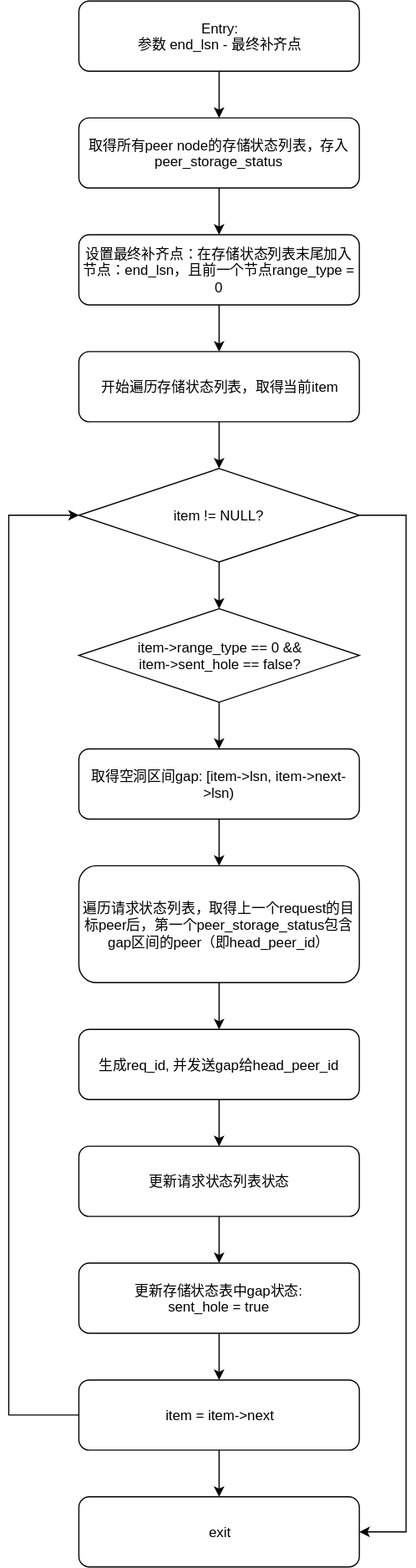
Above: attachments/1629686639906.drawio.svg in simbahebinbo/smallfat.github.io (draw.io), before the change. Source tidied: cells renumbered, new cells last; positions are measured from the earlier drawing's top-left corner, leaving out a move shared by most shapes. Source of this version:
```xml
<mxGraphModel>
  <root>
    <mxCell id="0" />
    <mxCell id="1" parent="0" />
    <mxCell id="2" style="edgeStyle=orthogonalEdgeStyle;rounded=0;jettySize=auto;html=1;" parent="1" edge="1" source="3" target="29">
      <mxGeometry relative="1" as="geometry" />
    </mxCell>
    <mxCell id="3" value="取得所有peer node的存储状态列表，存入peer_storage_status" style="rounded=1;whiteSpace=wrap;html=1;" parent="1" vertex="1">
      <mxGeometry x="60" y="100" width="240" height="60" as="geometry" />
    </mxCell>
    <mxCell id="4" style="edgeStyle=orthogonalEdgeStyle;rounded=0;jettySize=auto;html=1;" parent="1" edge="1" source="5" target="14">
      <mxGeometry relative="1" as="geometry" />
    </mxCell>
    <mxCell id="5" value="开始遍历存储状态列表，取得当前item" style="rounded=1;whiteSpace=wrap;html=1;" parent="1" vertex="1">
      <mxGeometry x="60" y="300" width="240" height="60" as="geometry" />
    </mxCell>
    <mxCell id="6" style="edgeStyle=orthogonalEdgeStyle;rounded=0;jettySize=auto;html=1;" parent="1" edge="1" source="7" target="9">
      <mxGeometry relative="1" as="geometry" />
    </mxCell>
    <mxCell id="7" value="item-&amp;gt;range_type == 0 &amp;amp;&amp;amp;&lt;br&gt;item-&amp;gt;sent_hole == false?" style="rhombus;whiteSpace=wrap;html=1;" parent="1" vertex="1">
      <mxGeometry x="60" y="520" width="240" height="80" as="geometry" />
    </mxCell>
    <mxCell id="8" style="edgeStyle=orthogonalEdgeStyle;rounded=0;jettySize=auto;html=1;" parent="1" edge="1" source="9" target="19">
      <mxGeometry relative="1" as="geometry" />
    </mxCell>
    <mxCell id="9" value="取得空洞区间gap: [item-&amp;gt;lsn, item-&amp;gt;next-&amp;gt;lsn)" style="rounded=1;whiteSpace=wrap;html=1;" parent="1" vertex="1">
      <mxGeometry x="60" y="640" width="240" height="60" as="geometry" />
    </mxCell>
    <mxCell id="10" style="edgeStyle=orthogonalEdgeStyle;rounded=0;jettySize=auto;html=1;" parent="1" edge="1" source="11" target="23">
      <mxGeometry relative="1" as="geometry" />
    </mxCell>
    <mxCell id="11" value="更新请求状态列表状态" style="rounded=1;whiteSpace=wrap;html=1;" parent="1" vertex="1">
      <mxGeometry x="60" y="980" width="240" height="60" as="geometry" />
    </mxCell>
    <mxCell id="12" style="edgeStyle=orthogonalEdgeStyle;rounded=0;jettySize=auto;html=1;" parent="1" edge="1" source="14">
      <mxGeometry relative="1" as="geometry">
        <mxPoint x="180" y="520" as="targetPoint" />
      </mxGeometry>
    </mxCell>
    <mxCell id="13" style="edgeStyle=orthogonalEdgeStyle;rounded=0;jettySize=auto;html=1;exitX=1;exitY=0.5;exitDx=0;exitDy=0;entryX=1;entryY=0.5;entryDx=0;entryDy=0;" parent="1" edge="1" source="14" target="17">
      <mxGeometry relative="1" as="geometry">
        <Array as="points">
          <mxPoint x="340" y="440" />
          <mxPoint x="340" y="1310" />
        </Array>
      </mxGeometry>
    </mxCell>
    <mxCell id="14" value="item != NULL?" style="rhombus;whiteSpace=wrap;html=1;" parent="1" vertex="1">
      <mxGeometry x="60" y="400" width="240" height="80" as="geometry" />
    </mxCell>
    <mxCell id="15" style="edgeStyle=orthogonalEdgeStyle;rounded=0;jettySize=auto;html=1;" parent="1" edge="1" source="16" target="17">
      <mxGeometry relative="1" as="geometry" />
    </mxCell>
    <mxCell id="16" value="item = item-&amp;gt;next" style="rounded=1;whiteSpace=wrap;html=1;" parent="1" vertex="1">
      <mxGeometry x="60" y="1180" width="240" height="60" as="geometry" />
    </mxCell>
    <mxCell id="17" value="exit" style="rounded=1;whiteSpace=wrap;html=1;" parent="1" vertex="1">
      <mxGeometry x="60" y="1280" width="240" height="60" as="geometry" />
    </mxCell>
    <mxCell id="18" style="edgeStyle=orthogonalEdgeStyle;rounded=0;jettySize=auto;html=1;" parent="1" edge="1" source="19" target="21">
      <mxGeometry relative="1" as="geometry" />
    </mxCell>
    <mxCell id="19" value="遍历请求状态列表，取得上一个request的目标peer后，第一个peer_storage_status包含gap区间的peer（即head_peer_id）" style="rounded=1;whiteSpace=wrap;html=1;" parent="1" vertex="1">
      <mxGeometry x="60" y="740" width="240" height="100" as="geometry" />
    </mxCell>
    <mxCell id="20" style="edgeStyle=orthogonalEdgeStyle;rounded=0;jettySize=auto;html=1;" parent="1" edge="1" source="21" target="11">
      <mxGeometry relative="1" as="geometry" />
    </mxCell>
    <mxCell id="21" value="生成req_id, 并发送gap给head_peer_id" style="rounded=1;whiteSpace=wrap;html=1;" parent="1" vertex="1">
      <mxGeometry x="60" y="880" width="240" height="60" as="geometry" />
    </mxCell>
    <mxCell id="22" style="edgeStyle=orthogonalEdgeStyle;rounded=0;jettySize=auto;html=1;" parent="1" edge="1" source="23" target="16">
      <mxGeometry relative="1" as="geometry" />
    </mxCell>
    <mxCell id="23" value="更新存储状态表中gap状态: &lt;br&gt;sent_hole = true" style="rounded=1;whiteSpace=wrap;html=1;" parent="1" vertex="1">
      <mxGeometry x="60" y="1080" width="240" height="60" as="geometry" />
    </mxCell>
    <mxCell id="24" style="edgeStyle=orthogonalEdgeStyle;rounded=0;jettySize=auto;html=1;exitX=0;exitY=0.5;exitDx=0;exitDy=0;entryX=0;entryY=0.5;entryDx=0;entryDy=0;" parent="1" edge="1" source="16" target="14">
      <mxGeometry relative="1" as="geometry">
        <Array as="points">
          <mxPoint y="1210" />
          <mxPoint y="440" />
        </Array>
      </mxGeometry>
    </mxCell>
    <mxCell id="25" style="edgeStyle=orthogonalEdgeStyle;rounded=0;jettySize=auto;html=1;" parent="1" edge="1" source="26" target="3">
      <mxGeometry relative="1" as="geometry" />
    </mxCell>
    <mxCell id="26" value="Entry: &lt;br&gt;参数 end_lsn - 最终补齐点" style="rounded=1;whiteSpace=wrap;html=1;" parent="1" vertex="1">
      <mxGeometry x="60" width="240" height="60" as="geometry" />
    </mxCell>
    <mxCell id="27" style="edgeStyle=orthogonalEdgeStyle;rounded=0;jettySize=auto;html=1;" parent="1" edge="1" target="x">
      <mxGeometry relative="1" as="geometry">
        <mxPoint x="300" y="120" as="sourcePoint" />
      </mxGeometry>
    </mxCell>
    <mxCell id="28" style="edgeStyle=orthogonalEdgeStyle;rounded=0;jettySize=auto;html=1;" parent="1" edge="1" source="29" target="5">
      <mxGeometry relative="1" as="geometry" />
    </mxCell>
    <mxCell id="29" value="设置最终补齐点：在存储状态列表末尾加入节点：end_lsn，且前一个节点range_type = 0" style="rounded=1;whiteSpace=wrap;html=1;" parent="1" vertex="1">
      <mxGeometry x="60" y="200" width="240" height="60" as="geometry" />
    </mxCell>
  </root>
</mxGraphModel>
```
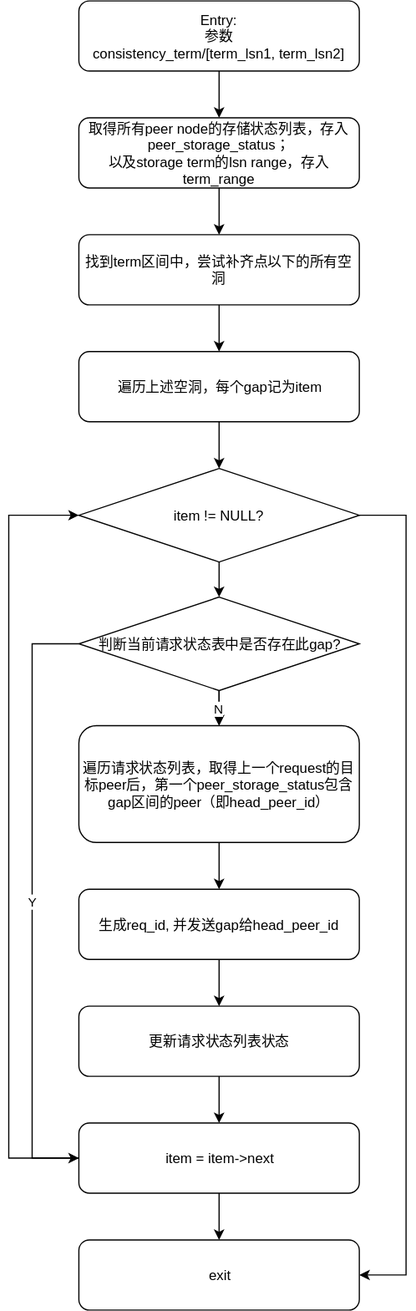
Above is the later version.

Commit message:
添加附件 : attachments/1629686639906.drawio.svg

Change to the diagram source:
```diff
@@ -2,103 +2,106 @@
   <root>
     <mxCell id="0" />
     <mxCell id="1" parent="0" />
-    <mxCell id="2" style="edgeStyle=orthogonalEdgeStyle;rounded=0;jettySize=auto;html=1;" parent="1" edge="1" source="3" target="29">
-      <mxGeometry relative="1" as="geometry" />
-    </mxCell>
+    <mxCell id="30" style="edgeStyle=orthogonalEdgeStyle;rounded=0;jettySize=auto;html=1;" parent="1" edge="1" source="3">
+      <mxGeometry relative="1" as="geometry">
+        <mxPoint x="180" y="200" as="targetPoint" />
+      </mxGeometry>
+    </mxCell>
-    <mxCell id="3" value="取得所有peer node的存储状态列表，存入peer_storage_status" style="rounded=1;whiteSpace=wrap;html=1;" parent="1" vertex="1">
+    <mxCell id="3" value="取得所有peer node的存储状态列表，存入peer_storage_status；&lt;br&gt;以及storage term的lsn range，存入term_range" style="rounded=1;whiteSpace=wrap;html=1;" parent="1" vertex="1">
       <mxGeometry x="60" y="100" width="240" height="60" as="geometry" />
     </mxCell>
-    <mxCell id="4" style="edgeStyle=orthogonalEdgeStyle;rounded=0;jettySize=auto;html=1;" parent="1" edge="1" source="5" target="14">
+    <mxCell id="4" style="edgeStyle=orthogonalEdgeStyle;rounded=0;jettySize=auto;html=1;" parent="1" edge="1" source="5" target="10">
       <mxGeometry relative="1" as="geometry" />
     </mxCell>
-    <mxCell id="5" value="开始遍历存储状态列表，取得当前item" style="rounded=1;whiteSpace=wrap;html=1;" parent="1" vertex="1">
+    <mxCell id="5" value="遍历上述空洞，每个gap记为item" style="rounded=1;whiteSpace=wrap;html=1;" parent="1" vertex="1">
       <mxGeometry x="60" y="300" width="240" height="60" as="geometry" />
     </mxCell>
-    <mxCell id="6" style="edgeStyle=orthogonalEdgeStyle;rounded=0;jettySize=auto;html=1;" parent="1" edge="1" source="7" target="9">
-      <mxGeometry relative="1" as="geometry" />
+    <mxCell id="6" style="edgeStyle=orthogonalEdgeStyle;rounded=0;jettySize=auto;html=1;" parent="1" edge="1" target="15">
+      <mxGeometry relative="1" as="geometry">
+        <mxPoint x="180" y="580" as="sourcePoint" />
+      </mxGeometry>
     </mxCell>
-    <mxCell id="7" value="item-&amp;gt;range_type == 0 &amp;amp;&amp;amp;&lt;br&gt;item-&amp;gt;sent_hole == false?" style="rhombus;whiteSpace=wrap;html=1;" parent="1" vertex="1">
-      <mxGeometry x="60" y="520" width="240" height="80" as="geometry" />
+    <mxCell id="7" value="更新请求状态列表状态" style="rounded=1;whiteSpace=wrap;html=1;" parent="1" vertex="1">
+      <mxGeometry x="60" y="860" width="240" height="60" as="geometry" />
     </mxCell>
-    <mxCell id="8" style="edgeStyle=orthogonalEdgeStyle;rounded=0;jettySize=auto;html=1;" parent="1" edge="1" source="9" target="19">
-      <mxGeometry relative="1" as="geometry" />
+    <mxCell id="8" style="edgeStyle=orthogonalEdgeStyle;rounded=0;jettySize=auto;html=1;exitX=1;exitY=0.5;exitDx=0;exitDy=0;entryX=1;entryY=0.5;entryDx=0;entryDy=0;" parent="1" edge="1" source="10" target="13">
+      <mxGeometry relative="1" as="geometry">
+        <Array as="points">
+          <mxPoint x="340" y="440" />
+          <mxPoint x="340" y="1090" />
+        </Array>
+      </mxGeometry>
     </mxCell>
-    <mxCell id="9" value="取得空洞区间gap: [item-&amp;gt;lsn, item-&amp;gt;next-&amp;gt;lsn)" style="rounded=1;whiteSpace=wrap;html=1;" parent="1" vertex="1">
-      <mxGeometry x="60" y="640" width="240" height="60" as="geometry" />
+    <mxCell id="9" style="edgeStyle=orthogonalEdgeStyle;rounded=0;jettySize=auto;html=1;" parent="1" edge="1" source="10" target="29">
+      <mxGeometry relative="1" as="geometry" />
     </mxCell>
-    <mxCell id="10" style="edgeStyle=orthogonalEdgeStyle;rounded=0;jettySize=auto;html=1;" parent="1" edge="1" source="11" target="23">
-      <mxGeometry relative="1" as="geometry" />
+    <mxCell id="10" value="item != NULL?" style="rhombus;whiteSpace=wrap;html=1;" parent="1" vertex="1">
+      <mxGeometry x="60" y="400" width="240" height="80" as="geometry" />
     </mxCell>
-    <mxCell id="11" value="更新请求状态列表状态" style="rounded=1;whiteSpace=wrap;html=1;" parent="1" vertex="1">
-      <mxGeometry x="60" y="980" width="240" height="60" as="geometry" />
+    <mxCell id="11" style="edgeStyle=orthogonalEdgeStyle;rounded=0;jettySize=auto;html=1;" parent="1" edge="1" source="12" target="13">
+      <mxGeometry relative="1" as="geometry" />
     </mxCell>
-    <mxCell id="12" style="edgeStyle=orthogonalEdgeStyle;rounded=0;jettySize=auto;html=1;" parent="1" edge="1" source="14">
-      <mxGeometry relative="1" as="geometry">
-        <mxPoint x="180" y="520" as="targetPoint" />
-      </mxGeometry>
+    <mxCell id="12" value="item = item-&amp;gt;next" style="rounded=1;whiteSpace=wrap;html=1;" parent="1" vertex="1">
+      <mxGeometry x="60" y="960" width="240" height="60" as="geometry" />
     </mxCell>
-    <mxCell id="13" style="edgeStyle=orthogonalEdgeStyle;rounded=0;jettySize=auto;html=1;exitX=1;exitY=0.5;exitDx=0;exitDy=0;entryX=1;entryY=0.5;entryDx=0;entryDy=0;" parent="1" edge="1" source="14" target="17">
-      <mxGeometry relative="1" as="geometry">
-        <Array as="points">
-          <mxPoint x="340" y="440" />
-          <mxPoint x="340" y="1310" />
-        </Array>
-      </mxGeometry>
+    <mxCell id="13" value="exit" style="rounded=1;whiteSpace=wrap;html=1;" parent="1" vertex="1">
+      <mxGeometry x="60" y="1060" width="240" height="60" as="geometry" />
     </mxCell>
-    <mxCell id="14" value="item != NULL?" style="rhombus;whiteSpace=wrap;html=1;" parent="1" vertex="1">
-      <mxGeometry x="60" y="400" width="240" height="80" as="geometry" />
+    <mxCell id="14" style="edgeStyle=orthogonalEdgeStyle;rounded=0;jettySize=auto;html=1;" parent="1" edge="1" source="15" target="17">
+      <mxGeometry relative="1" as="geometry" />
     </mxCell>
-    <mxCell id="15" style="edgeStyle=orthogonalEdgeStyle;rounded=0;jettySize=auto;html=1;" parent="1" edge="1" source="16" target="17">
-      <mxGeometry relative="1" as="geometry" />
+    <mxCell id="15" value="遍历请求状态列表，取得上一个request的目标peer后，第一个peer_storage_status包含gap区间的peer（即head_peer_id）" style="rounded=1;whiteSpace=wrap;html=1;" parent="1" vertex="1">
+      <mxGeometry x="60" y="620" width="240" height="100" as="geometry" />
     </mxCell>
-    <mxCell id="16" value="item = item-&amp;gt;next" style="rounded=1;whiteSpace=wrap;html=1;" parent="1" vertex="1">
-      <mxGeometry x="60" y="1180" width="240" height="60" as="geometry" />
+    <mxCell id="16" style="edgeStyle=orthogonalEdgeStyle;rounded=0;jettySize=auto;html=1;" parent="1" edge="1" source="17" target="7">
+      <mxGeometry relative="1" as="geometry" />
     </mxCell>
-    <mxCell id="17" value="exit" style="rounded=1;whiteSpace=wrap;html=1;" parent="1" vertex="1">
-      <mxGeometry x="60" y="1280" width="240" height="60" as="geometry" />
+    <mxCell id="17" value="生成req_id, 并发送gap给head_peer_id" style="rounded=1;whiteSpace=wrap;html=1;" parent="1" vertex="1">
+      <mxGeometry x="60" y="760" width="240" height="60" as="geometry" />
     </mxCell>
-    <mxCell id="18" style="edgeStyle=orthogonalEdgeStyle;rounded=0;jettySize=auto;html=1;" parent="1" edge="1" source="19" target="21">
-      <mxGeometry relative="1" as="geometry" />
+    <mxCell id="18" style="edgeStyle=orthogonalEdgeStyle;rounded=0;jettySize=auto;html=1;" parent="1" edge="1" target="12">
+      <mxGeometry relative="1" as="geometry">
+        <mxPoint x="180" y="920" as="sourcePoint" />
+      </mxGeometry>
     </mxCell>
-    <mxCell id="19" value="遍历请求状态列表，取得上一个request的目标peer后，第一个peer_storage_status包含gap区间的peer（即head_peer_id）" style="rounded=1;whiteSpace=wrap;html=1;" parent="1" vertex="1">
-      <mxGeometry x="60" y="740" width="240" height="100" as="geometry" />
+    <mxCell id="19" style="edgeStyle=orthogonalEdgeStyle;rounded=0;jettySize=auto;html=1;exitX=0;exitY=0.5;exitDx=0;exitDy=0;entryX=0;entryY=0.5;entryDx=0;entryDy=0;" parent="1" edge="1" source="12" target="10">
+      <mxGeometry relative="1" as="geometry">
+        <Array as="points">
+          <mxPoint y="990" />
+          <mxPoint y="440" />
+        </Array>
+      </mxGeometry>
     </mxCell>
-    <mxCell id="20" style="edgeStyle=orthogonalEdgeStyle;rounded=0;jettySize=auto;html=1;" parent="1" edge="1" source="21" target="11">
+    <mxCell id="20" style="edgeStyle=orthogonalEdgeStyle;rounded=0;jettySize=auto;html=1;" parent="1" edge="1" source="21" target="3">
       <mxGeometry relative="1" as="geometry" />
     </mxCell>
-    <mxCell id="21" value="生成req_id, 并发送gap给head_peer_id" style="rounded=1;whiteSpace=wrap;html=1;" parent="1" vertex="1">
-      <mxGeometry x="60" y="880" width="240" height="60" as="geometry" />
+    <mxCell id="21" value="Entry: &lt;br&gt;参数 &lt;br&gt;consistency_term/[term_lsn1, term_lsn2]" style="rounded=1;whiteSpace=wrap;html=1;" parent="1" vertex="1">
+      <mxGeometry x="60" width="240" height="60" as="geometry" />
     </mxCell>
-    <mxCell id="22" style="edgeStyle=orthogonalEdgeStyle;rounded=0;jettySize=auto;html=1;" parent="1" edge="1" source="23" target="16">
-      <mxGeometry relative="1" as="geometry" />
-    </mxCell>
-    <mxCell id="23" value="更新存储状态表中gap状态: &lt;br&gt;sent_hole = true" style="rounded=1;whiteSpace=wrap;html=1;" parent="1" vertex="1">
-      <mxGeometry x="60" y="1080" width="240" height="60" as="geometry" />
+    <mxCell id="23" style="edgeStyle=orthogonalEdgeStyle;rounded=0;jettySize=auto;html=1;" parent="1" edge="1" target="x">
+      <mxGeometry relative="1" as="geometry">
+        <mxPoint x="300" y="120" as="sourcePoint" />
+      </mxGeometry>
     </mxCell>
-    <mxCell id="24" style="edgeStyle=orthogonalEdgeStyle;rounded=0;jettySize=auto;html=1;exitX=0;exitY=0.5;exitDx=0;exitDy=0;entryX=0;entryY=0.5;entryDx=0;entryDy=0;" parent="1" edge="1" source="16" target="14">
-      <mxGeometry relative="1" as="geometry">
-        <Array as="points">
-          <mxPoint y="1210" />
-          <mxPoint y="440" />
-        </Array>
-      </mxGeometry>
-    </mxCell>
-    <mxCell id="25" style="edgeStyle=orthogonalEdgeStyle;rounded=0;jettySize=auto;html=1;" parent="1" edge="1" source="26" target="3">
+    <mxCell id="25" style="edgeStyle=orthogonalEdgeStyle;rounded=0;jettySize=auto;html=1;" parent="1" edge="1" source="26" target="5">
       <mxGeometry relative="1" as="geometry" />
     </mxCell>
-    <mxCell id="26" value="Entry: &lt;br&gt;参数 end_lsn - 最终补齐点" style="rounded=1;whiteSpace=wrap;html=1;" parent="1" vertex="1">
-      <mxGeometry x="60" width="240" height="60" as="geometry" />
+    <mxCell id="26" value="找到term区间中，尝试补齐点以下的所有空洞" style="rounded=1;whiteSpace=wrap;html=1;" parent="1" vertex="1">
+      <mxGeometry x="60" y="200" width="240" height="60" as="geometry" />
     </mxCell>
-    <mxCell id="27" style="edgeStyle=orthogonalEdgeStyle;rounded=0;jettySize=auto;html=1;" parent="1" edge="1" target="x">
-      <mxGeometry relative="1" as="geometry">
-        <mxPoint x="300" y="120" as="sourcePoint" />
-      </mxGeometry>
-    </mxCell>
+    <mxCell id="31" value="Y" style="edgeStyle=orthogonalEdgeStyle;rounded=0;jettySize=auto;html=1;exitX=0;exitY=0.5;exitDx=0;exitDy=0;entryX=0;entryY=0.5;entryDx=0;entryDy=0;" parent="1" edge="1" source="29" target="12">
+      <mxGeometry relative="1" as="geometry">
+        <Array as="points">
+          <mxPoint x="20" y="550" />
+          <mxPoint x="20" y="990" />
+        </Array>
+      </mxGeometry>
+    </mxCell>
-    <mxCell id="28" style="edgeStyle=orthogonalEdgeStyle;rounded=0;jettySize=auto;html=1;" parent="1" edge="1" source="29" target="5">
+    <mxCell id="28" value="N" style="edgeStyle=orthogonalEdgeStyle;rounded=0;jettySize=auto;html=1;" parent="1" edge="1" source="29" target="15">
       <mxGeometry relative="1" as="geometry" />
     </mxCell>
-    <mxCell id="29" value="设置最终补齐点：在存储状态列表末尾加入节点：end_lsn，且前一个节点range_type = 0" style="rounded=1;whiteSpace=wrap;html=1;" parent="1" vertex="1">
-      <mxGeometry x="60" y="200" width="240" height="60" as="geometry" />
+    <mxCell id="29" value="判断当前请求状态表中是否存在此gap?" style="rhombus;whiteSpace=wrap;html=1;" parent="1" vertex="1">
+      <mxGeometry x="60" y="510" width="240" height="80" as="geometry" />
     </mxCell>
   </root>
 </mxGraphModel>
```
